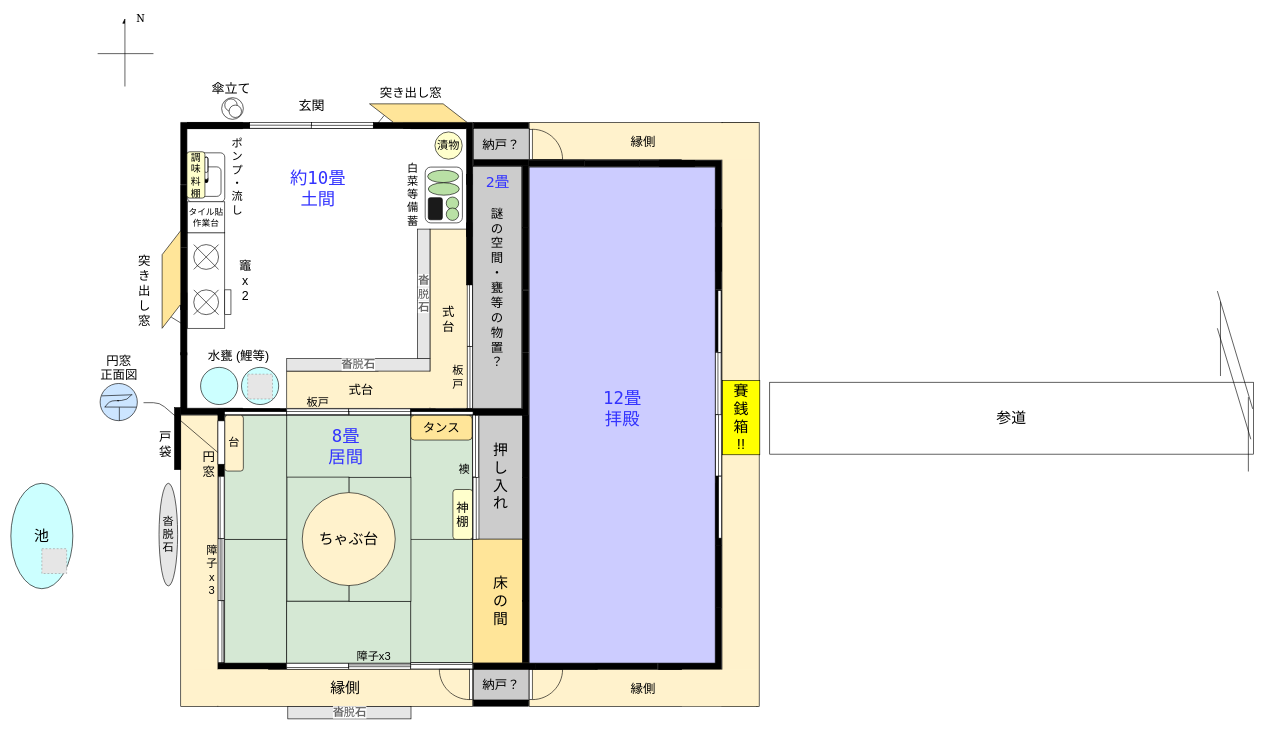
Earlier version of the draw.io diagram src/hakurei-20190102.drawio (arm-band/hakurei_shrine_floorplan). Source tidied: cells renumbered, new cells numbered last; positions are measured from the earlier drawing's top-left corner, leaving out a move shared by most shapes. Both pictures are drawn from the tidied source at 62%, with x=0, y=0 at pixel (11, 12). Pictures stored in the file or linked from it are replaced by grey dashed boxes.
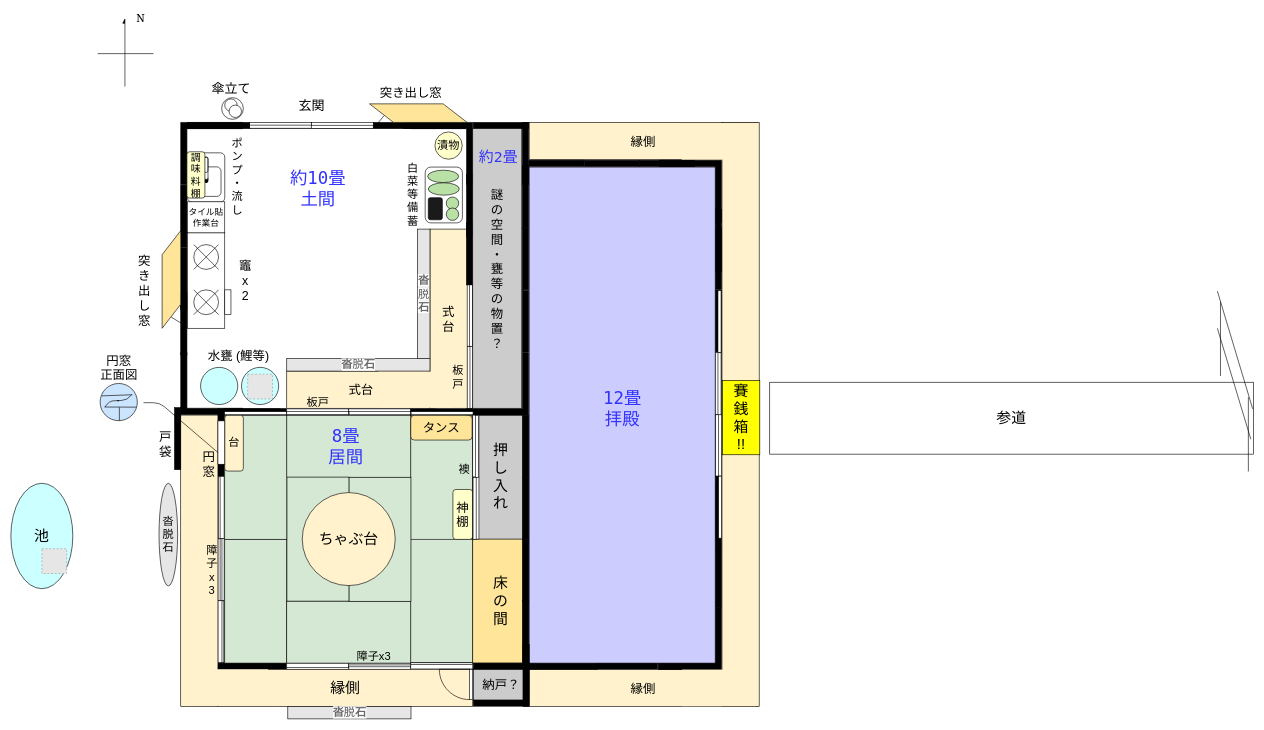
Above is the later version.

Commit message:
- 納戸を調整

Change to the diagram source:
```diff
@@
-    <mxCell id="79" style="verticalLabelPosition=bottom;html=1;verticalAlign=top;align=center;shape=mxgraph.floorplan.doorLeft;fillColor=#FFFFFF;direction=south;flipH=1;" parent="1" vertex="1">
-      <mxGeometry x="836" y="1060" width="52" height="48.9" as="geometry" />
-    </mxCell>
@@
-    <mxCell id="94" style="verticalLabelPosition=bottom;html=1;verticalAlign=top;align=center;shape=mxgraph.floorplan.wall;fillColor=#000000;" parent="1" vertex="1">
-      <mxGeometry x="746" y="238" width="89" height="10" as="geometry" />
-    </mxCell>
-    <mxCell id="95" style="verticalLabelPosition=bottom;html=1;verticalAlign=top;align=center;shape=mxgraph.floorplan.doorLeft;direction=north;" parent="1" vertex="1">
-      <mxGeometry x="836" y="189" width="52" height="48.9" as="geometry" />
-    </mxCell>
@@
-    <mxCell id="138" value="&lt;font style=&quot;font-size: 20px&quot;&gt;納戸？&lt;/font&gt;" style="rounded=0;whiteSpace=wrap;html=1;fillColor=#CCCCCC;" parent="1" vertex="1">
-      <mxGeometry x="746" y="187.5" width="90" height="50.5" as="geometry" />
-    </mxCell>
@@
     <mxCell id="144" value="&lt;font style=&quot;font-size: 20px&quot;&gt;謎&lt;br&gt;の&lt;br&gt;空&lt;br&gt;間&lt;br&gt;・&lt;br&gt;甕&lt;br&gt;等&lt;br&gt;の&lt;br&gt;物&lt;br&gt;置&lt;br&gt;？&lt;/font&gt;" style="rounded=0;whiteSpace=wrap;html=1;fillColor=#CCCCCC;" parent="1" vertex="1">
-      <mxGeometry x="745" y="249" width="79" height="390" as="geometry" />
+      <mxGeometry x="745" y="188" width="79" height="451" as="geometry" />
     </mxCell>
-    <mxCell id="145" value="&lt;font style=&quot;font-size: 24px&quot; face=&quot;Lucida Console&quot; color=&quot;#3333ff&quot;&gt;2畳&lt;br&gt;&lt;/font&gt;" style="text;html=1;align=center;verticalAlign=middle;" parent="1" vertex="1">
-      <mxGeometry x="760" y="265.3" width="50" height="20" as="geometry" />
+    <mxCell id="145" value="&lt;font style=&quot;font-size: 24px&quot; face=&quot;Lucida Console&quot; color=&quot;#3333ff&quot;&gt;約2畳&lt;br&gt;&lt;/font&gt;" style="text;html=1;align=center;verticalAlign=middle;" parent="1" vertex="1">
+      <mxGeometry x="746" y="225.3" width="80" height="20" as="geometry" />
     </mxCell>
@@
+    <mxCell id="185" style="verticalLabelPosition=bottom;html=1;verticalAlign=top;align=center;shape=mxgraph.floorplan.wall;fillColor=#000000;direction=south;" parent="1" vertex="1">
+      <mxGeometry x="826" y="1020" width="10" height="100" as="geometry" />
+    </mxCell>
+    <mxCell id="186" style="verticalLabelPosition=bottom;html=1;verticalAlign=top;align=center;shape=mxgraph.floorplan.wall;fillColor=#000000;direction=south;" parent="1" vertex="1">
+      <mxGeometry x="825" y="178" width="10" height="100" as="geometry" />
+    </mxCell>
```
